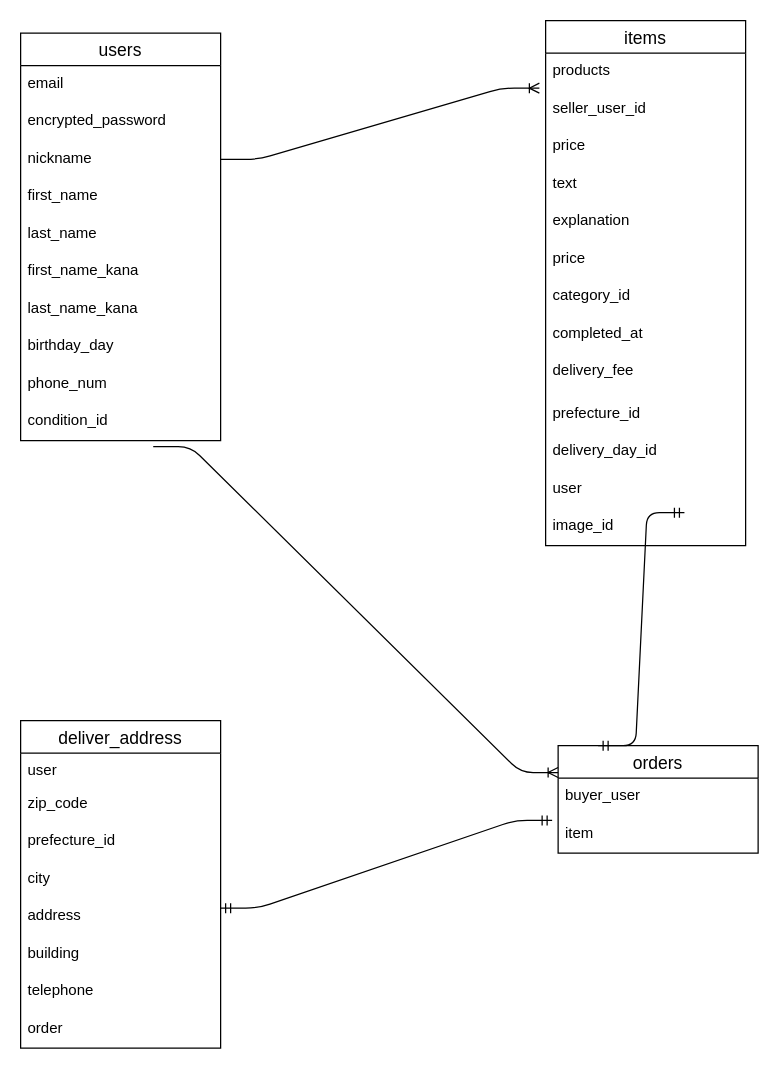
The draw.io diagram test.dio in 820sayama/furima-37106, before the edit. Source tidied: cells renumbered, new cells numbered last; positions are measured from the earlier drawing's top-left corner, leaving out a move shared by most shapes. Both pictures are drawn from the tidied source at 125%, with x=0, y=0 at pixel (20, 20).
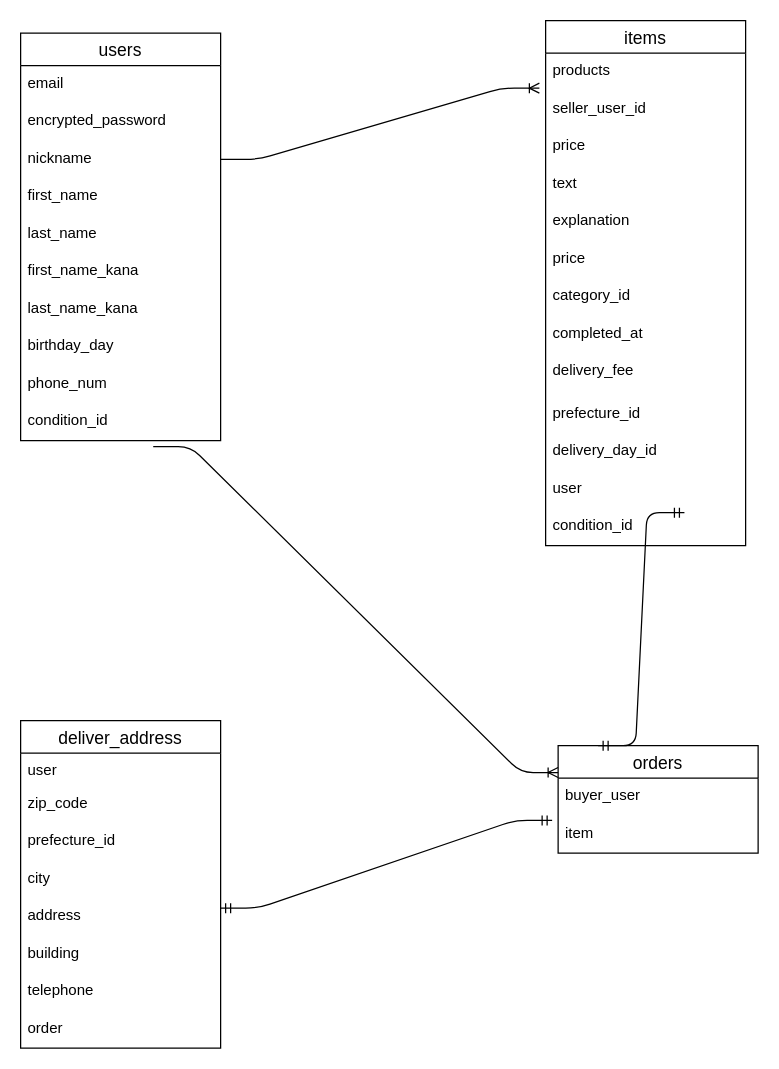
After the change.

The change refers to these unchanged cells:
```xml
<mxCell id="13" value="items" style="swimlane;fontStyle=0;horizontal=1;startSize=26;align=center;fontSize=14;" parent="1" vertex="1">
  <mxGeometry x="420" width="160" height="420" as="geometry" />
</mxCell>
```

The edit, as a diff of the source:
```diff
@@
-    <mxCell id="26" value="image_id " style="text;strokeColor=none;fillColor=none;spacingLeft=4;spacingRight=4;overflow=hidden;fontSize=12;" parent="13" vertex="1">
+    <mxCell id="26" value=" condition_id " style="text;strokeColor=none;fillColor=none;spacingLeft=4;spacingRight=4;overflow=hidden;fontSize=12;" parent="13" vertex="1">
       <mxGeometry y="390" width="160" height="30" as="geometry" />
     </mxCell>
```
